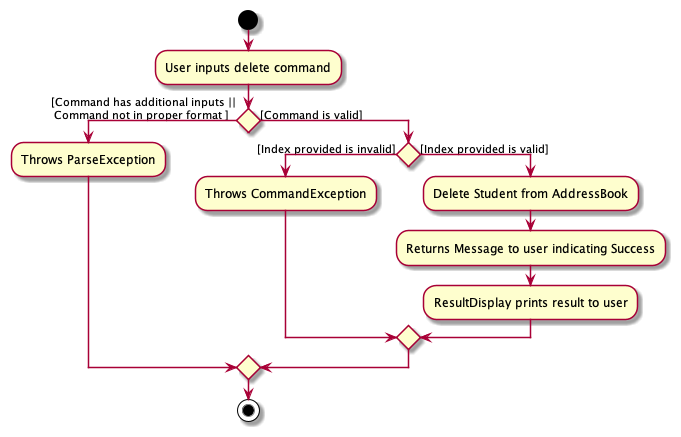
nus-cs2103-AY2122S2/tp keeps this PlantUML diagram as docs/images/DeleteActivityDiagram.png. Above is the earlier version.
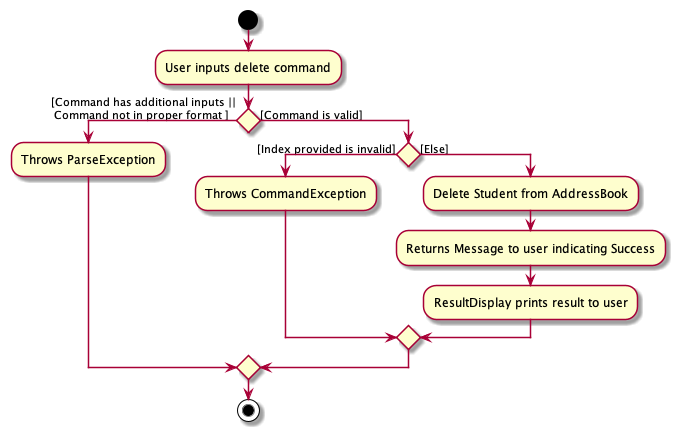
After the change.

The edit, as a diff of the source:
```diff
@@ -13,7 +13,7 @@
     If () then ([Index provided is invalid])
     :Throws CommandException;
 
-    else ([Index provided is valid])
+    else ([Else])
         :Delete Student from AddressBook;
         :Returns Message to user indicating Success;
         :ResultDisplay prints result to user;
```
